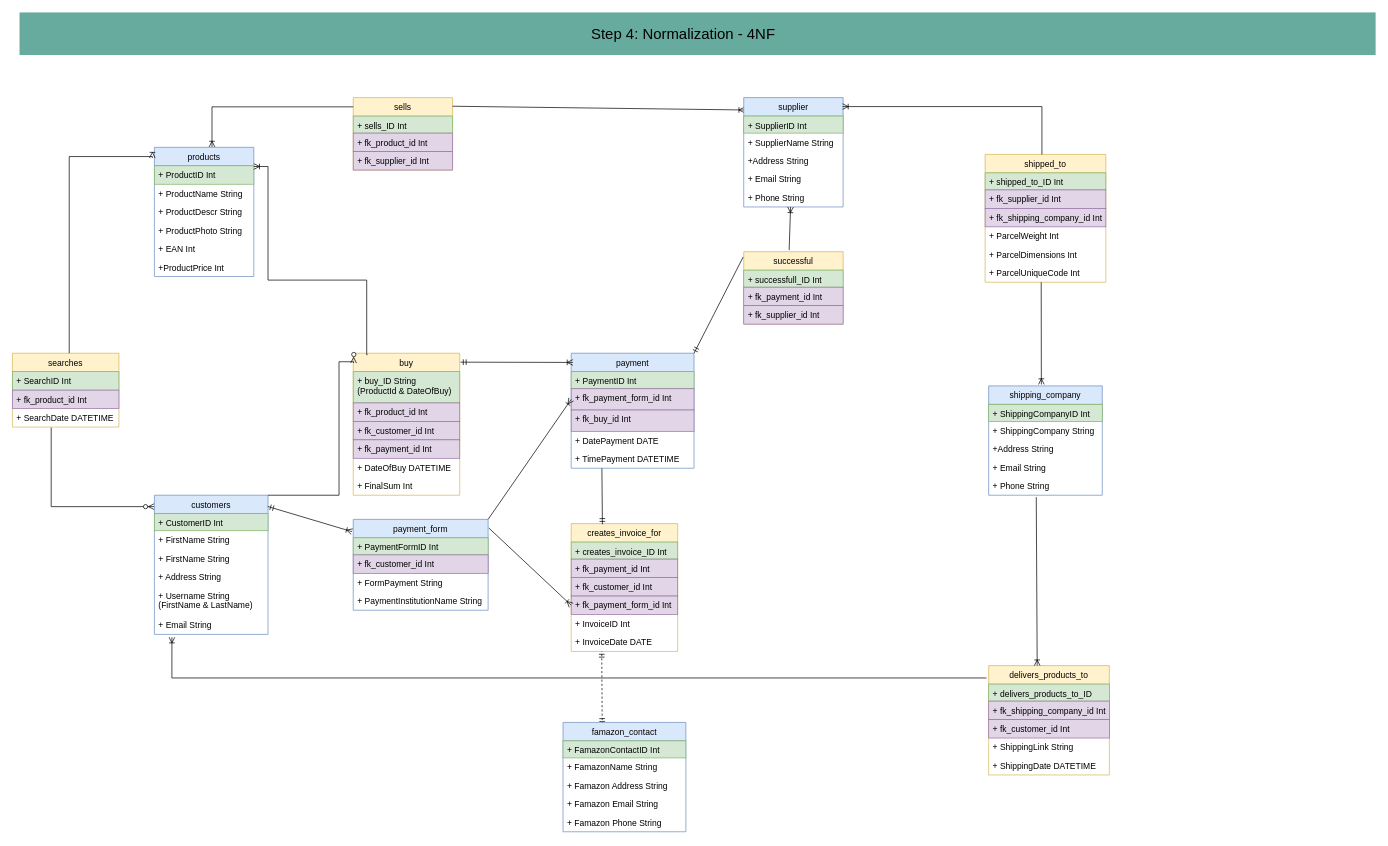
Above: diagrammes/drawios/CR_9_4NF_diagramme.drawio in nat-oku/FE21-CR9-Natalia (draw.io), before the change. Source tidied: cells renumbered, new cells numbered last; positions are measured from the earlier drawing's top-left corner, leaving out a move shared by most shapes. Both pictures are drawn from the tidied source at 71%, with x=0, y=0 at pixel (12, 12).
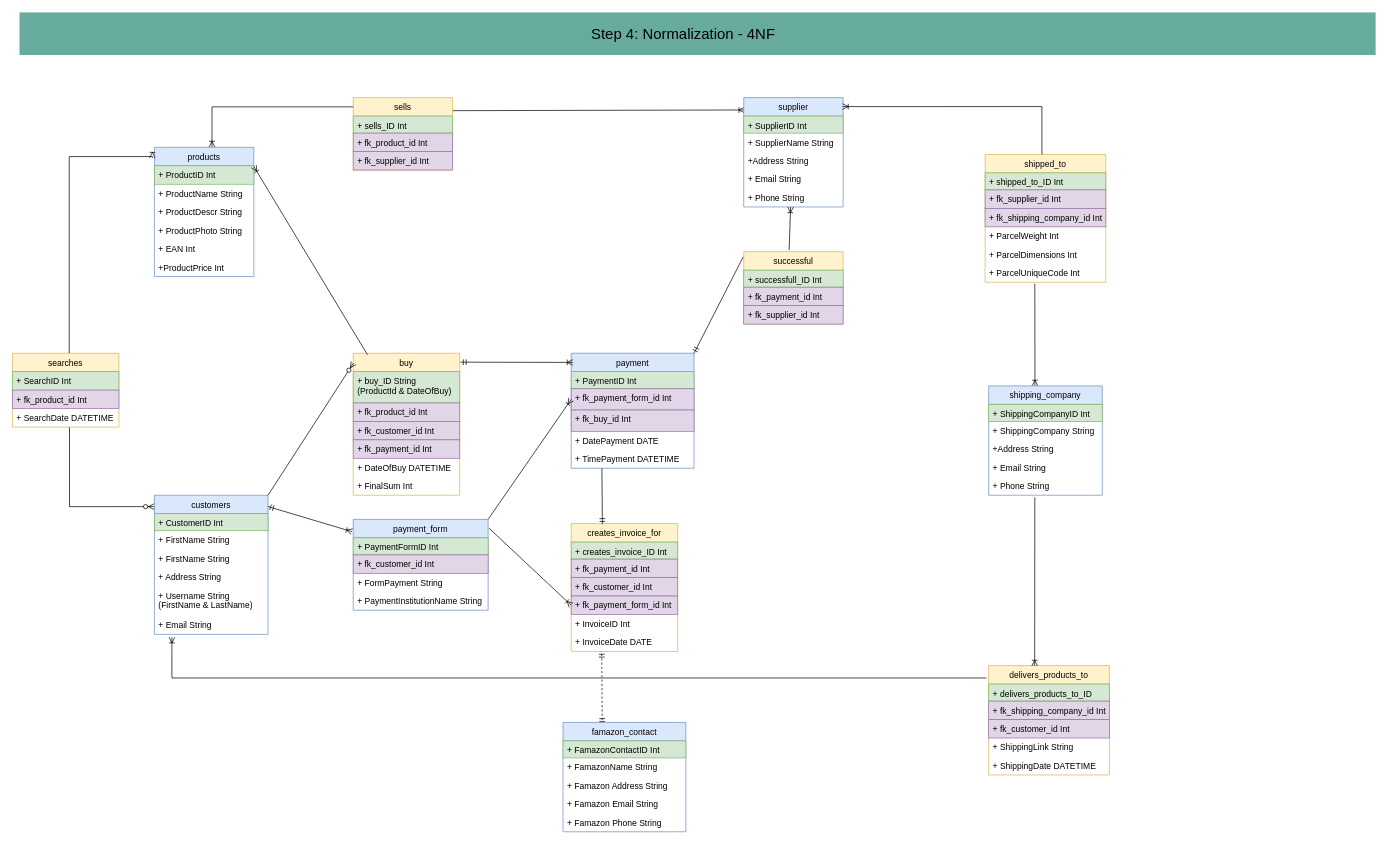
The same diagram, later.

The change refers to these unchanged cells:
```xml
<mxCell id="14" value="+ SearchDate DATETIME" style="text;align=left;verticalAlign=top;spacingLeft=4;spacingRight=4;overflow=hidden;points=[[0,0.5],[1,0.5]];portConstraint=eastwest;" parent="11" vertex="1">
  <mxGeometry y="78" width="150" height="26" as="geometry" />
</mxCell>
<mxCell id="15" value="buy" style="swimlane;fontStyle=0;horizontal=1;startSize=26;fillColor=#fff2cc;strokeColor=#d6b656;" parent="1" vertex="1">
  <mxGeometry x="480" y="480" width="150" height="200" as="geometry" />
</mxCell>
<mxCell id="22" value="customers" style="swimlane;fontStyle=0;horizontal=1;startSize=26;fillColor=#dae8fc;strokeColor=#6c8ebf;" parent="1" vertex="1">
  <mxGeometry x="200" y="680" width="160" height="196" as="geometry" />
</mxCell>
<mxCell id="32" value="sells" style="swimlane;fontStyle=0;horizontal=1;startSize=26;fillColor=#fff2cc;strokeColor=#d6b656;" parent="1" vertex="1">
  <mxGeometry x="480" y="120" width="140" height="102" as="geometry" />
</mxCell>
<mxCell id="38" value="supplier" style="swimlane;fontStyle=0;horizontal=1;startSize=26;fillColor=#dae8fc;strokeColor=#6c8ebf;" parent="1" vertex="1">
  <mxGeometry x="1030" y="120" width="140" height="154" as="geometry" />
</mxCell>
<mxCell id="86" value="+ Phone String" style="text;align=left;verticalAlign=top;spacingLeft=4;spacingRight=4;overflow=hidden;points=[[0,0.5],[1,0.5]];portConstraint=eastwest;" parent="81" vertex="1">
  <mxGeometry y="128" width="160" height="26" as="geometry" />
</mxCell>
<mxCell id="88" value="delivers_products_to" style="swimlane;fontStyle=0;horizontal=1;startSize=26;fillColor=#fff2cc;strokeColor=#d6b656;" parent="1" vertex="1">
  <mxGeometry x="1375" y="920" width="170" height="154" as="geometry" />
</mxCell>
```

The edit, as a diff of the source:
```diff
@@
-    <mxCell id="29" style="fontSize=12;html=1;endArrow=ERzeroToMany;endFill=1;exitX=0.364;exitY=1.029;exitDx=0;exitDy=0;rounded=0;exitPerimeter=0;entryX=-0.003;entryY=0.082;entryDx=0;entryDy=0;entryPerimeter=0;edgeStyle=orthogonalEdgeStyle;" parent="1" edge="1" source="14" target="22">
+    <mxCell id="29" style="fontSize=12;html=1;endArrow=ERzeroToMany;endFill=1;exitX=0.536;exitY=1.013;exitDx=0;exitDy=0;rounded=0;exitPerimeter=0;entryX=-0.003;entryY=0.082;entryDx=0;entryDy=0;entryPerimeter=0;edgeStyle=orthogonalEdgeStyle;" parent="1" edge="1" source="14" target="22">
       <mxGeometry relative="1" as="geometry" />
     </mxCell>
-    <mxCell id="30" style="fontSize=12;html=1;endArrow=ERzeroToMany;endFill=1;startArrow=none;entryX=0.003;entryY=0.069;entryDx=0;entryDy=0;entryPerimeter=0;edgeStyle=orthogonalEdgeStyle;rounded=0;startFill=0;" parent="1" edge="1" target="15">
+    <mxCell id="30" style="fontSize=12;html=1;endArrow=ERzeroToMany;endFill=1;startArrow=none;entryX=0.003;entryY=0.069;entryDx=0;entryDy=0;entryPerimeter=0;rounded=0;startFill=0;" parent="1" edge="1" target="15">
       <mxGeometry relative="1" as="geometry">
         <mxPoint x="360" y="680" as="sourcePoint" />
-        <Array as="points">
-          <mxPoint x="360" y="680" />
-          <mxPoint x="460" y="680" />
-          <mxPoint x="460" y="492" />
-        </Array>
       </mxGeometry>
     </mxCell>
-    <mxCell id="31" style="edgeStyle=orthogonalEdgeStyle;fontSize=12;html=1;endArrow=none;startArrow=ERoneToMany;rounded=0;startFill=0;endFill=0;entryX=0.134;entryY=0.011;entryDx=0;entryDy=0;entryPerimeter=0;" parent="1" edge="1" target="15">
+    <mxCell id="31" style="fontSize=12;html=1;endArrow=none;startArrow=ERoneToMany;rounded=0;startFill=0;endFill=0;entryX=0.134;entryY=0.011;entryDx=0;entryDy=0;entryPerimeter=0;" parent="1" edge="1" target="15">
       <mxGeometry relative="1" as="geometry">
         <mxPoint x="340" y="217" as="sourcePoint" />
-        <Array as="points">
-          <mxPoint x="360" y="217" />
-          <mxPoint x="360" y="377" />
-          <mxPoint x="499" y="377" />
-        </Array>
       </mxGeometry>
     </mxCell>
@@
-    <mxCell id="37" style="fontSize=12;html=1;endArrow=ERoneToMany;rounded=0;exitX=0.999;exitY=0.119;exitDx=0;exitDy=0;exitPerimeter=0;entryX=0.009;entryY=0.113;entryDx=0;entryDy=0;entryPerimeter=0;" parent="1" edge="1" source="32" target="38">
+    <mxCell id="37" style="fontSize=12;html=1;endArrow=ERoneToMany;rounded=0;exitX=1.003;exitY=0.18;exitDx=0;exitDy=0;exitPerimeter=0;entryX=0.009;entryY=0.113;entryDx=0;entryDy=0;entryPerimeter=0;" parent="1" edge="1" source="32" target="38">
       <mxGeometry relative="1" as="geometry" />
     </mxCell>
@@
     <mxCell id="80" style="fontSize=12;html=1;endArrow=ERoneToMany;rounded=0;startArrow=none;startFill=0;endFill=0;" parent="1" edge="1">
       <mxGeometry relative="1" as="geometry">
-        <mxPoint x="1449" y="380" as="sourcePoint" />
-        <mxPoint x="1449.2" y="524" as="targetPoint" />
+        <mxPoint x="1440" y="382" as="sourcePoint" />
+        <mxPoint x="1440.2" y="526" as="targetPoint" />
       </mxGeometry>
     </mxCell>
@@
-    <mxCell id="95" style="fontSize=12;html=1;endArrow=none;endFill=0;strokeColor=#000000;startArrow=ERoneToMany;startFill=0;entryX=0.419;entryY=1.103;entryDx=0;entryDy=0;entryPerimeter=0;exitX=0.402;exitY=0;exitDx=0;exitDy=0;exitPerimeter=0;" parent="1" edge="1" source="88" target="86">
-      <mxGeometry relative="1" as="geometry" />
+    <mxCell id="95" style="fontSize=12;html=1;endArrow=none;endFill=0;strokeColor=#000000;startArrow=ERoneToMany;startFill=0;exitX=0.381;exitY=0.003;exitDx=0;exitDy=0;exitPerimeter=0;" parent="1" edge="1" source="88">
+      <mxGeometry relative="1" as="geometry">
+        <mxPoint x="1440" y="683" as="targetPoint" />
+      </mxGeometry>
     </mxCell>
```
